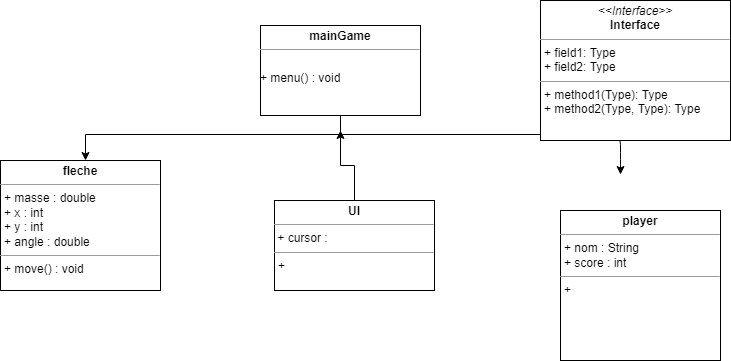
vbard1/mini-projet-2 keeps this draw.io diagram as UMLDiagram.png. Above is the earlier version. Source tidied: cells renumbered, new cells last; positions are measured from the earlier drawing's top-left corner, leaving out a move shared by most shapes.
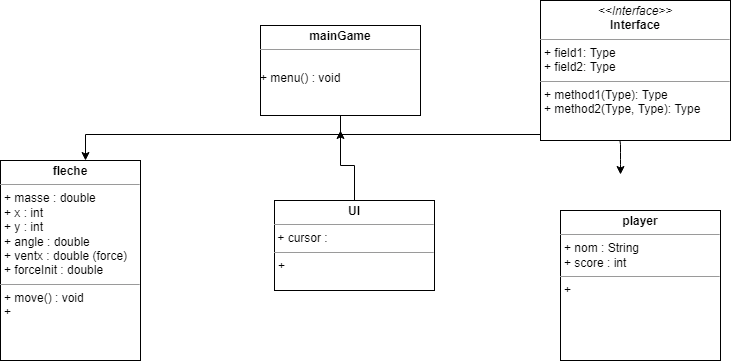
The same diagram one commit later.

Diff of the diagram source:
```diff
@@ -33,8 +33,8 @@
     <mxCell id="6" value="&lt;p style=&quot;margin: 0px ; margin-top: 4px ; text-align: center&quot;&gt;&lt;b&gt;mainGame&lt;/b&gt;&lt;/p&gt;&lt;hr size=&quot;1&quot;&gt;&lt;p style=&quot;margin: 0px ; margin-left: 4px&quot;&gt;&lt;br&gt;&lt;/p&gt;+ menu() : void" style="verticalAlign=top;align=left;overflow=fill;fontSize=12;fontFamily=Helvetica;html=1;" parent="1" vertex="1">
       <mxGeometry x="260" y="25" width="160" height="90" as="geometry" />
     </mxCell>
-    <mxCell id="7" value="&lt;p style=&quot;margin: 0px ; margin-top: 4px ; text-align: center&quot;&gt;&lt;b&gt;fleche&lt;/b&gt;&lt;br&gt;&lt;/p&gt;&lt;hr size=&quot;1&quot;&gt;&lt;p style=&quot;margin: 0px ; margin-left: 4px&quot;&gt;+ masse : double&lt;/p&gt;&lt;p style=&quot;margin: 0px ; margin-left: 4px&quot;&gt;+ x : int&lt;/p&gt;&lt;p style=&quot;margin: 0px ; margin-left: 4px&quot;&gt;+ y : int&lt;br&gt;&lt;/p&gt;&lt;p style=&quot;margin: 0px ; margin-left: 4px&quot;&gt;+ angle : double&lt;/p&gt;&lt;hr size=&quot;1&quot;&gt;&lt;p style=&quot;margin: 0px ; margin-left: 4px&quot;&gt;+ move() : void&lt;br&gt;&lt;/p&gt;" style="verticalAlign=top;align=left;overflow=fill;fontSize=12;fontFamily=Helvetica;html=1;" parent="1" vertex="1">
-      <mxGeometry y="160" width="160" height="130" as="geometry" />
+    <mxCell id="7" value="&lt;p style=&quot;margin: 0px ; margin-top: 4px ; text-align: center&quot;&gt;&lt;b&gt;fleche&lt;/b&gt;&lt;br&gt;&lt;/p&gt;&lt;hr size=&quot;1&quot;&gt;&lt;p style=&quot;margin: 0px ; margin-left: 4px&quot;&gt;+ masse : double&lt;/p&gt;&lt;p style=&quot;margin: 0px ; margin-left: 4px&quot;&gt;+ x : int&lt;/p&gt;&lt;p style=&quot;margin: 0px ; margin-left: 4px&quot;&gt;+ y : int&lt;br&gt;&lt;/p&gt;&lt;p style=&quot;margin: 0px ; margin-left: 4px&quot;&gt;+ angle : double&lt;/p&gt;&lt;p style=&quot;margin: 0px ; margin-left: 4px&quot;&gt;+ ventx : double (force)&lt;/p&gt;&lt;p style=&quot;margin: 0px ; margin-left: 4px&quot;&gt;+ forceInit : double&lt;/p&gt;&lt;hr size=&quot;1&quot;&gt;&lt;p style=&quot;margin: 0px ; margin-left: 4px&quot;&gt;+ move() : void&lt;/p&gt;&lt;p style=&quot;margin: 0px ; margin-left: 4px&quot;&gt;+&lt;/p&gt;" style="verticalAlign=top;align=left;overflow=fill;fontSize=12;fontFamily=Helvetica;html=1;" parent="1" vertex="1">
+      <mxGeometry y="160" width="140" height="200" as="geometry" />
     </mxCell>
     <mxCell id="8" style="edgeStyle=orthogonalEdgeStyle;rounded=0;jettySize=auto;html=1;exitX=0.5;exitY=0;exitDx=0;exitDy=0;" parent="1" edge="1" source="9">
       <mxGeometry relative="1" as="geometry">
```
